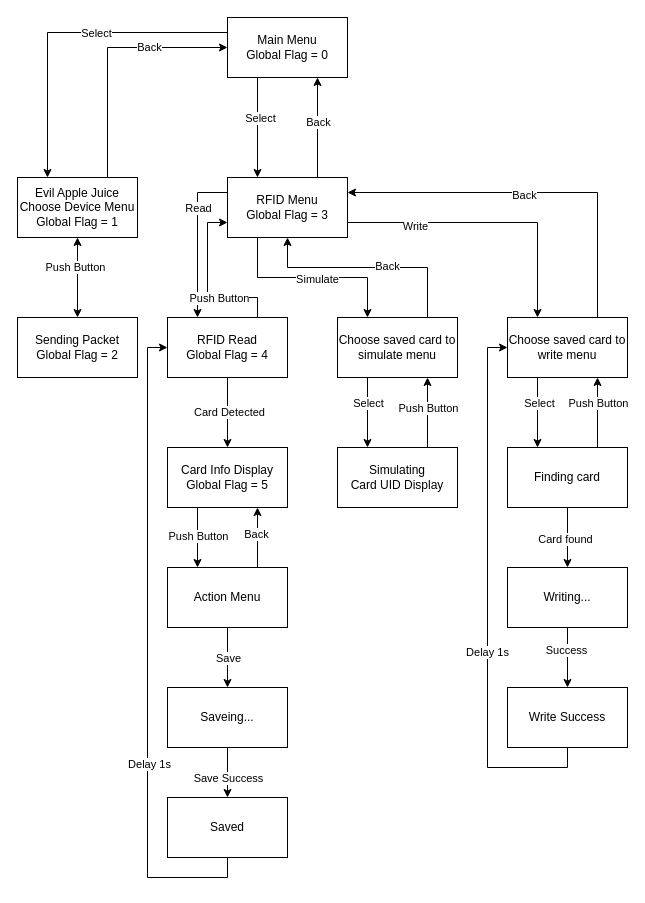
Before: UI_FlowChart.drawio in KILLERWHOPPER/CyberSaber, a draw.io diagram. Source tidied: cells renumbered, new cells numbered last; positions are measured from the earlier drawing's top-left corner, leaving out a move shared by most shapes. Both pictures are drawn from the tidied source at 100%, with x=0, y=0 at pixel (17, 17).
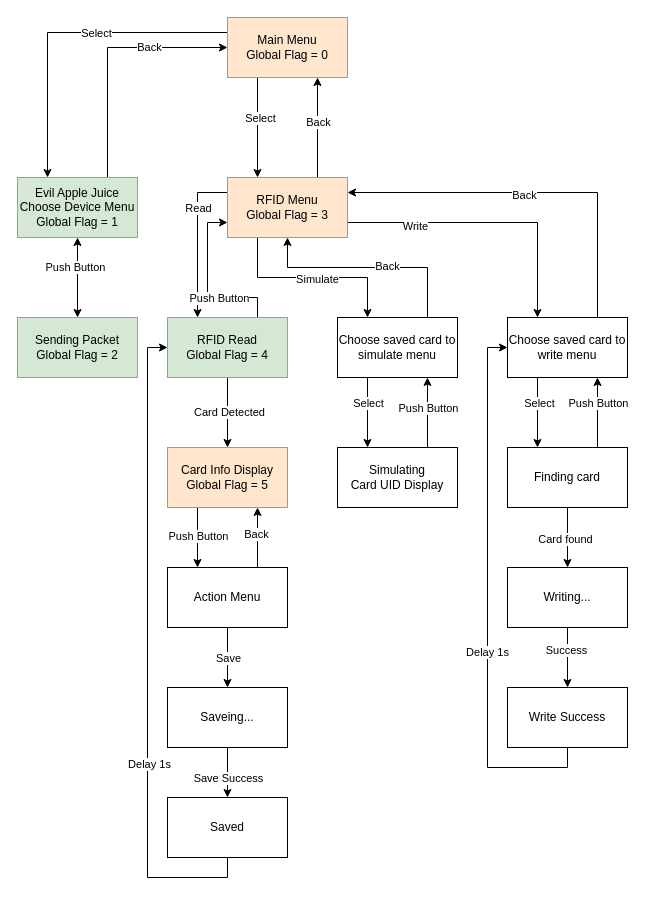
The same diagram, later.

Change to the diagram source:
```diff
@@
-    <mxCell id="6" value="Main Menu&lt;br&gt;Global Flag = 0" style="rounded=0;whiteSpace=wrap;html=1;" parent="1" vertex="1">
+    <mxCell id="6" value="Main Menu&lt;br&gt;Global Flag = 0" style="rounded=0;whiteSpace=wrap;html=1;fillColor=#ffe6cc;strokeColor=#d79b00;" parent="1" vertex="1">
       <mxGeometry x="210" width="120" height="60" as="geometry" />
     </mxCell>
@@
-    <mxCell id="9" value="Evil Apple Juice&lt;br&gt;Choose Device Menu&lt;br&gt;Global Flag = 1" style="rounded=0;whiteSpace=wrap;html=1;" parent="1" vertex="1">
+    <mxCell id="9" value="Evil Apple Juice&lt;br&gt;Choose Device Menu&lt;br&gt;Global Flag = 1" style="rounded=0;whiteSpace=wrap;html=1;fillColor=#d5e8d4;strokeColor=#82b366;" parent="1" vertex="1">
       <mxGeometry y="160" width="120" height="60" as="geometry" />
     </mxCell>
-    <mxCell id="10" value="Sending Packet&lt;br&gt;Global Flag = 2" style="rounded=0;whiteSpace=wrap;html=1;" parent="1" vertex="1">
+    <mxCell id="10" value="Sending Packet&lt;br&gt;Global Flag = 2" style="rounded=0;whiteSpace=wrap;html=1;fillColor=#d5e8d4;strokeColor=#82b366;" parent="1" vertex="1">
       <mxGeometry y="300" width="120" height="60" as="geometry" />
     </mxCell>
@@
-    <mxCell id="19" value="RFID Menu&lt;br&gt;Global Flag = 3" style="rounded=0;whiteSpace=wrap;html=1;" parent="1" vertex="1">
+    <mxCell id="19" value="RFID Menu&lt;br&gt;Global Flag = 3" style="rounded=0;whiteSpace=wrap;html=1;fillColor=#ffe6cc;strokeColor=#d79b00;" parent="1" vertex="1">
       <mxGeometry x="210" y="160" width="120" height="60" as="geometry" />
     </mxCell>
@@
-    <mxCell id="26" value="RFID Read&lt;br&gt;Global Flag = 4" style="rounded=0;whiteSpace=wrap;html=1;" parent="1" vertex="1">
+    <mxCell id="26" value="RFID Read&lt;br&gt;Global Flag = 4" style="rounded=0;whiteSpace=wrap;html=1;fillColor=#d5e8d4;strokeColor=#82b366;" parent="1" vertex="1">
       <mxGeometry x="150" y="300" width="120" height="60" as="geometry" />
     </mxCell>
@@
-    <mxCell id="29" value="Card Info Display&lt;br&gt;Global Flag = 5" style="rounded=0;whiteSpace=wrap;html=1;" parent="1" vertex="1">
+    <mxCell id="29" value="Card Info Display&lt;br&gt;Global Flag = 5" style="rounded=0;whiteSpace=wrap;html=1;fillColor=#ffe6cc;strokeColor=#d79b00;" parent="1" vertex="1">
       <mxGeometry x="150" y="430" width="120" height="60" as="geometry" />
     </mxCell>
```
